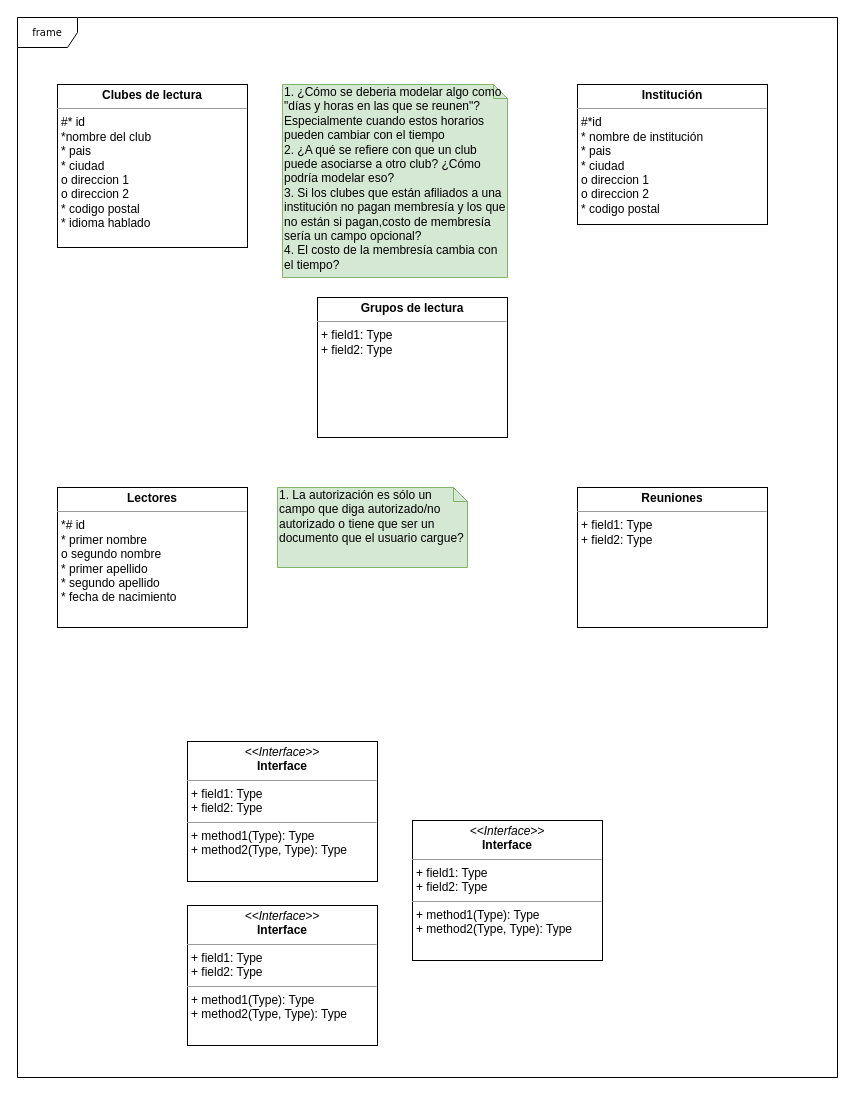
Earlier version of the draw.io diagram DB I/RC (Pseudo) Data structure.drawio (NeutronBlast/IS-Ex). Source tidied: cells renumbered, new cells numbered last; positions are measured from the earlier drawing's top-left corner, leaving out a move shared by most shapes. Both pictures are drawn from the tidied source at 100%, with x=0, y=0 at pixel (17, 17).
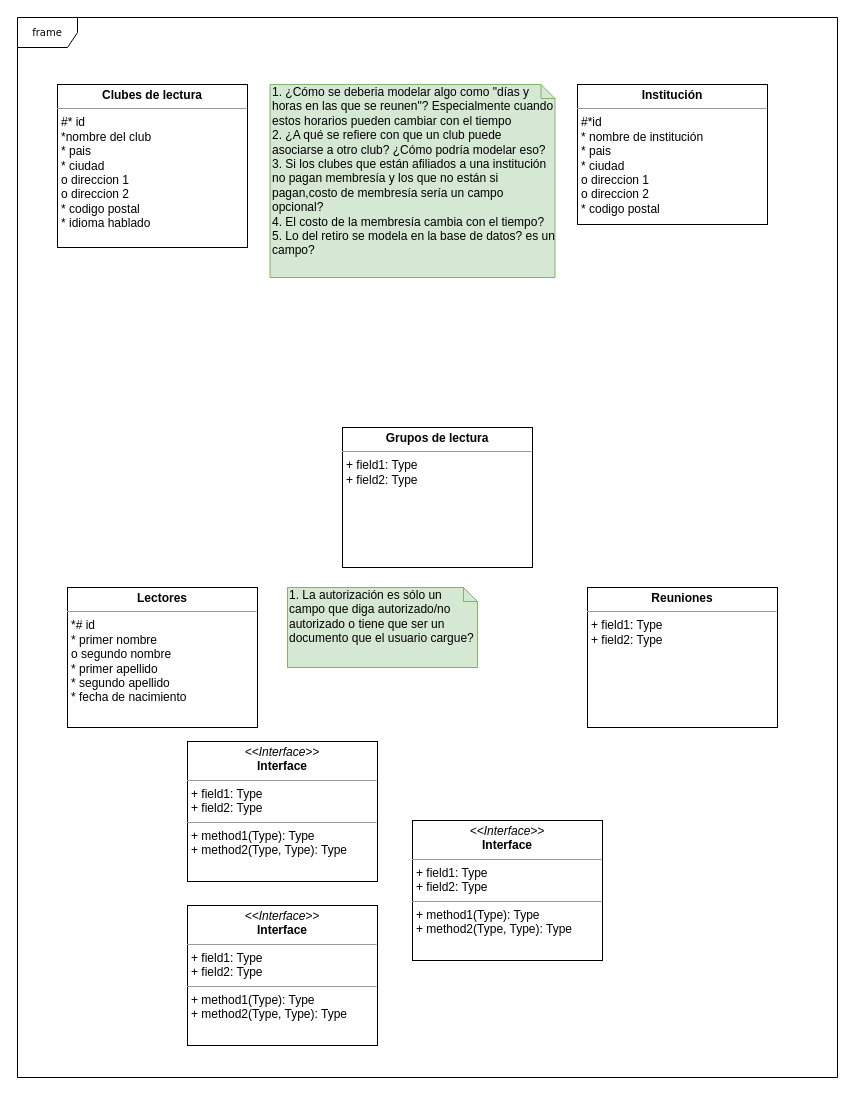
The same diagram, later.

The edit, as a diff of the source:
```diff
@@
 <mxGraphModel background="#ffffff">
   <root>
     <mxCell id="0" />
     <mxCell id="1" parent="0" />
     <mxCell id="2" value="frame" style="shape=umlFrame;whiteSpace=wrap;html=1;rounded=0;shadow=0;comic=0;labelBackgroundColor=none;strokeColor=#000000;strokeWidth=1;fillColor=#ffffff;fontFamily=Verdana;fontSize=10;fontColor=#000000;align=center;" parent="1" vertex="1">
       <mxGeometry width="820" height="1060" as="geometry" />
     </mxCell>
     <mxCell id="3" value="&lt;p style=&quot;margin:0px;margin-top:4px;text-align:center;&quot;&gt;&lt;i&gt;&amp;lt;&amp;lt;Interface&amp;gt;&amp;gt;&lt;/i&gt;&lt;br/&gt;&lt;b&gt;Interface&lt;/b&gt;&lt;/p&gt;&lt;hr size=&quot;1&quot;/&gt;&lt;p style=&quot;margin:0px;margin-left:4px;&quot;&gt;+ field1: Type&lt;br/&gt;+ field2: Type&lt;/p&gt;&lt;hr size=&quot;1&quot;/&gt;&lt;p style=&quot;margin:0px;margin-left:4px;&quot;&gt;+ method1(Type): Type&lt;br/&gt;+ method2(Type, Type): Type&lt;/p&gt;" style="verticalAlign=top;align=left;overflow=fill;fontSize=12;fontFamily=Helvetica;html=1;rounded=0;shadow=0;comic=0;labelBackgroundColor=none;strokeColor=#000000;strokeWidth=1;fillColor=#ffffff;" parent="1" vertex="1">
       <mxGeometry x="395" y="803" width="190" height="140" as="geometry" />
     </mxCell>
     <mxCell id="4" value="&lt;p style=&quot;margin: 0px ; margin-top: 4px ; text-align: center&quot;&gt;&lt;b&gt;Institución&lt;/b&gt;&lt;/p&gt;&lt;hr size=&quot;1&quot;&gt;&lt;p style=&quot;margin: 0px ; margin-left: 4px&quot;&gt;#*id&amp;nbsp;&lt;/p&gt;&lt;p style=&quot;margin: 0px ; margin-left: 4px&quot;&gt;* nombre de institución&lt;/p&gt;&lt;p style=&quot;margin: 0px 0px 0px 4px&quot;&gt;* pais&lt;/p&gt;&lt;p style=&quot;margin: 0px 0px 0px 4px&quot;&gt;* ciudad&lt;/p&gt;&lt;p style=&quot;margin: 0px 0px 0px 4px&quot;&gt;o direccion 1&lt;/p&gt;&lt;p style=&quot;margin: 0px 0px 0px 4px&quot;&gt;o direccion 2&lt;/p&gt;&lt;p style=&quot;margin: 0px 0px 0px 4px&quot;&gt;* codigo postal&lt;/p&gt;" style="verticalAlign=top;align=left;overflow=fill;fontSize=12;fontFamily=Helvetica;html=1;rounded=0;shadow=0;comic=0;labelBackgroundColor=none;strokeColor=#000000;strokeWidth=1;fillColor=#ffffff;" parent="1" vertex="1">
       <mxGeometry x="560" y="67" width="190" height="140" as="geometry" />
     </mxCell>
     <mxCell id="5" value="&lt;p style=&quot;margin:0px;margin-top:4px;text-align:center;&quot;&gt;&lt;i&gt;&amp;lt;&amp;lt;Interface&amp;gt;&amp;gt;&lt;/i&gt;&lt;br/&gt;&lt;b&gt;Interface&lt;/b&gt;&lt;/p&gt;&lt;hr size=&quot;1&quot;/&gt;&lt;p style=&quot;margin:0px;margin-left:4px;&quot;&gt;+ field1: Type&lt;br/&gt;+ field2: Type&lt;/p&gt;&lt;hr size=&quot;1&quot;/&gt;&lt;p style=&quot;margin:0px;margin-left:4px;&quot;&gt;+ method1(Type): Type&lt;br/&gt;+ method2(Type, Type): Type&lt;/p&gt;" style="verticalAlign=top;align=left;overflow=fill;fontSize=12;fontFamily=Helvetica;html=1;rounded=0;shadow=0;comic=0;labelBackgroundColor=none;strokeColor=#000000;strokeWidth=1;fillColor=#ffffff;" parent="1" vertex="1">
       <mxGeometry x="170" y="888" width="190" height="140" as="geometry" />
     </mxCell>
     <mxCell id="6" value="&lt;p style=&quot;margin:0px;margin-top:4px;text-align:center;&quot;&gt;&lt;i&gt;&amp;lt;&amp;lt;Interface&amp;gt;&amp;gt;&lt;/i&gt;&lt;br/&gt;&lt;b&gt;Interface&lt;/b&gt;&lt;/p&gt;&lt;hr size=&quot;1&quot;/&gt;&lt;p style=&quot;margin:0px;margin-left:4px;&quot;&gt;+ field1: Type&lt;br/&gt;+ field2: Type&lt;/p&gt;&lt;hr size=&quot;1&quot;/&gt;&lt;p style=&quot;margin:0px;margin-left:4px;&quot;&gt;+ method1(Type): Type&lt;br/&gt;+ method2(Type, Type): Type&lt;/p&gt;" style="verticalAlign=top;align=left;overflow=fill;fontSize=12;fontFamily=Helvetica;html=1;rounded=0;shadow=0;comic=0;labelBackgroundColor=none;strokeColor=#000000;strokeWidth=1;fillColor=#ffffff;" parent="1" vertex="1">
       <mxGeometry x="170" y="724" width="190" height="140" as="geometry" />
     </mxCell>
     <mxCell id="7" value="&lt;p style=&quot;margin: 0px ; margin-top: 4px ; text-align: center&quot;&gt;&lt;b&gt;Reuniones&lt;/b&gt;&lt;/p&gt;&lt;hr size=&quot;1&quot;&gt;&lt;p style=&quot;margin: 0px ; margin-left: 4px&quot;&gt;+ field1: Type&lt;br&gt;+ field2: Type&lt;/p&gt;&lt;p style=&quot;margin: 0px ; margin-left: 4px&quot;&gt;&lt;br&gt;&lt;/p&gt;" style="verticalAlign=top;align=left;overflow=fill;fontSize=12;fontFamily=Helvetica;html=1;rounded=0;shadow=0;comic=0;labelBackgroundColor=none;strokeColor=#000000;strokeWidth=1;fillColor=#ffffff;" parent="1" vertex="1">
-      <mxGeometry x="560" y="470" width="190" height="140" as="geometry" />
+      <mxGeometry x="570" y="570" width="190" height="140" as="geometry" />
     </mxCell>
     <mxCell id="8" value="&lt;p style=&quot;margin: 0px ; margin-top: 4px ; text-align: center&quot;&gt;&lt;b&gt;Clubes de lectura&lt;/b&gt;&lt;/p&gt;&lt;hr size=&quot;1&quot;&gt;&lt;p style=&quot;margin: 0px ; margin-left: 4px&quot;&gt;#* id&lt;/p&gt;&lt;p style=&quot;margin: 0px ; margin-left: 4px&quot;&gt;*nombre del club&lt;/p&gt;&lt;p style=&quot;margin: 0px ; margin-left: 4px&quot;&gt;* pais&lt;/p&gt;&lt;p style=&quot;margin: 0px ; margin-left: 4px&quot;&gt;* ciudad&lt;/p&gt;&lt;p style=&quot;margin: 0px ; margin-left: 4px&quot;&gt;o direccion 1&lt;/p&gt;&lt;p style=&quot;margin: 0px ; margin-left: 4px&quot;&gt;o direccion 2&lt;/p&gt;&lt;p style=&quot;margin: 0px ; margin-left: 4px&quot;&gt;* codigo postal&lt;/p&gt;&lt;p style=&quot;margin: 0px ; margin-left: 4px&quot;&gt;* idioma hablado&lt;/p&gt;&lt;p style=&quot;margin: 0px ; margin-left: 4px&quot;&gt;&lt;br&gt;&lt;/p&gt;" style="verticalAlign=top;align=left;overflow=fill;fontSize=12;fontFamily=Helvetica;html=1;rounded=0;shadow=0;comic=0;labelBackgroundColor=none;strokeColor=#000000;strokeWidth=1;fillColor=#ffffff;" parent="1" vertex="1">
       <mxGeometry x="40" y="67" width="190" height="163" as="geometry" />
     </mxCell>
     <mxCell id="9" value="&lt;p style=&quot;margin: 0px ; margin-top: 4px ; text-align: center&quot;&gt;&lt;b&gt;Lectores&lt;/b&gt;&lt;/p&gt;&lt;hr size=&quot;1&quot;&gt;&lt;p style=&quot;margin: 0px ; margin-left: 4px&quot;&gt;*# id&lt;/p&gt;&lt;p style=&quot;margin: 0px ; margin-left: 4px&quot;&gt;* primer nombre&lt;/p&gt;&lt;p style=&quot;margin: 0px ; margin-left: 4px&quot;&gt;o segundo nombre&lt;/p&gt;&lt;p style=&quot;margin: 0px ; margin-left: 4px&quot;&gt;* primer apellido&lt;/p&gt;&lt;p style=&quot;margin: 0px ; margin-left: 4px&quot;&gt;* segundo apellido&lt;/p&gt;&lt;p style=&quot;margin: 0px ; margin-left: 4px&quot;&gt;* fecha de nacimiento&lt;/p&gt;&lt;p style=&quot;margin: 0px ; margin-left: 4px&quot;&gt;&lt;br&gt;&lt;/p&gt;" style="verticalAlign=top;align=left;overflow=fill;fontSize=12;fontFamily=Helvetica;html=1;rounded=0;shadow=0;comic=0;labelBackgroundColor=none;strokeColor=#000000;strokeWidth=1;fillColor=#ffffff;" parent="1" vertex="1">
-      <mxGeometry x="40" y="470" width="190" height="140" as="geometry" />
+      <mxGeometry x="50" y="570" width="190" height="140" as="geometry" />
     </mxCell>
     <mxCell id="10" value="&lt;p style=&quot;margin: 0px ; margin-top: 4px ; text-align: center&quot;&gt;&lt;b&gt;Grupos de lectura&lt;/b&gt;&lt;/p&gt;&lt;hr size=&quot;1&quot;&gt;&lt;p style=&quot;margin: 0px ; margin-left: 4px&quot;&gt;+ field1: Type&lt;br&gt;+ field2: Type&lt;/p&gt;" style="verticalAlign=top;align=left;overflow=fill;fontSize=12;fontFamily=Helvetica;html=1;rounded=0;shadow=0;comic=0;labelBackgroundColor=none;strokeColor=#000000;strokeWidth=1;fillColor=#ffffff;" parent="1" vertex="1">
-      <mxGeometry x="300" y="280" width="190" height="140" as="geometry" />
+      <mxGeometry x="325" y="410" width="190" height="140" as="geometry" />
     </mxCell>
-    <mxCell id="11" value="1. ¿Cómo se deberia modelar algo como &quot;días y horas en las que se reunen&quot;? Especialmente cuando estos horarios pueden cambiar con el tiempo&lt;br&gt;2. ¿A qué se refiere con que un club puede asociarse a otro club? ¿Cómo podría modelar eso?&lt;br&gt;3. Si los clubes que están afiliados a una institución no pagan membresía y los que no están si pagan,costo de membresía sería un campo opcional?&lt;br&gt;4. El costo de la membresía cambia con el tiempo?" style="shape=note;whiteSpace=wrap;html=1;size=14;verticalAlign=top;align=left;spacingTop=-6;fillColor=#d5e8d4;strokeColor=#82b366;" parent="1" vertex="1">
-      <mxGeometry x="265" y="67" width="225" height="193" as="geometry" />
+    <mxCell id="11" value="1. ¿Cómo se deberia modelar algo como &quot;días y horas en las que se reunen&quot;? Especialmente cuando estos horarios pueden cambiar con el tiempo&lt;br&gt;2. ¿A qué se refiere con que un club puede asociarse a otro club? ¿Cómo podría modelar eso?&lt;br&gt;3. Si los clubes que están afiliados a una institución no pagan membresía y los que no están si pagan,costo de membresía sería un campo opcional?&lt;br&gt;4. El costo de la membresía cambia con el tiempo?&lt;br&gt;5. Lo del retiro se modela en la base de datos? es un campo?" style="shape=note;whiteSpace=wrap;html=1;size=14;verticalAlign=top;align=left;spacingTop=-6;fillColor=#d5e8d4;strokeColor=#82b366;" parent="1" vertex="1">
+      <mxGeometry x="252.5" y="67" width="285" height="193" as="geometry" />
     </mxCell>
     <mxCell id="12" value="1. La autorización es sólo un campo que diga autorizado/no autorizado o tiene que ser un documento que el usuario cargue?" style="shape=note;whiteSpace=wrap;html=1;size=14;verticalAlign=top;align=left;spacingTop=-6;fillColor=#d5e8d4;strokeColor=#82b366;" parent="1" vertex="1">
-      <mxGeometry x="260" y="470" width="190" height="80" as="geometry" />
+      <mxGeometry x="270" y="570" width="190" height="80" as="geometry" />
     </mxCell>
   </root>
 </mxGraphModel>
```
